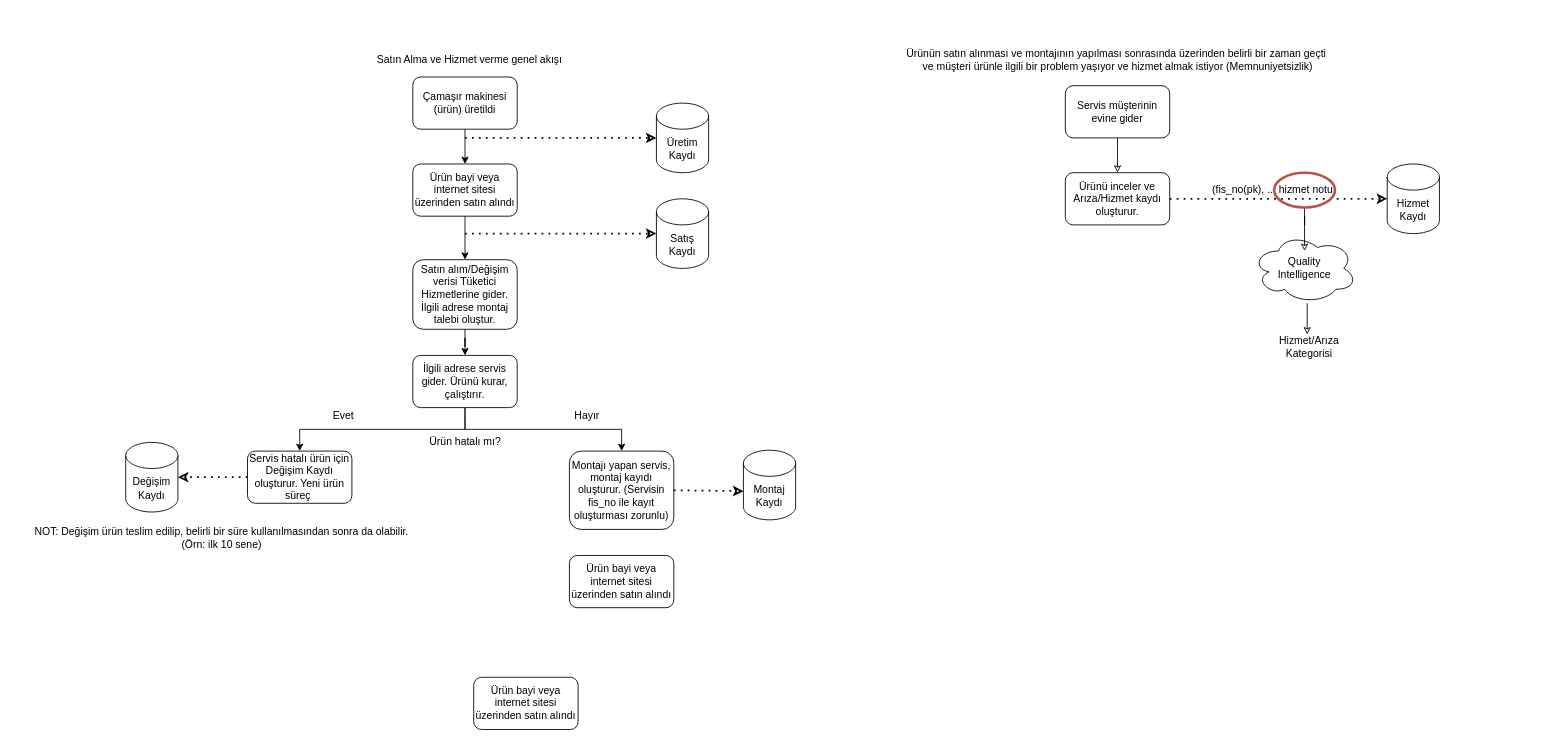
This is qualityAlert_BusinessImpactAnalysis.drawio from EgehanEralp/diagrams, a draw.io file, before an edit. Source tidied: cells renumbered, new cells numbered last; positions are measured from the earlier drawing's top-left corner, leaving out a move shared by most shapes. Both pictures are drawn from the tidied source at 87%, with x=0, y=0 at pixel (25, 46).
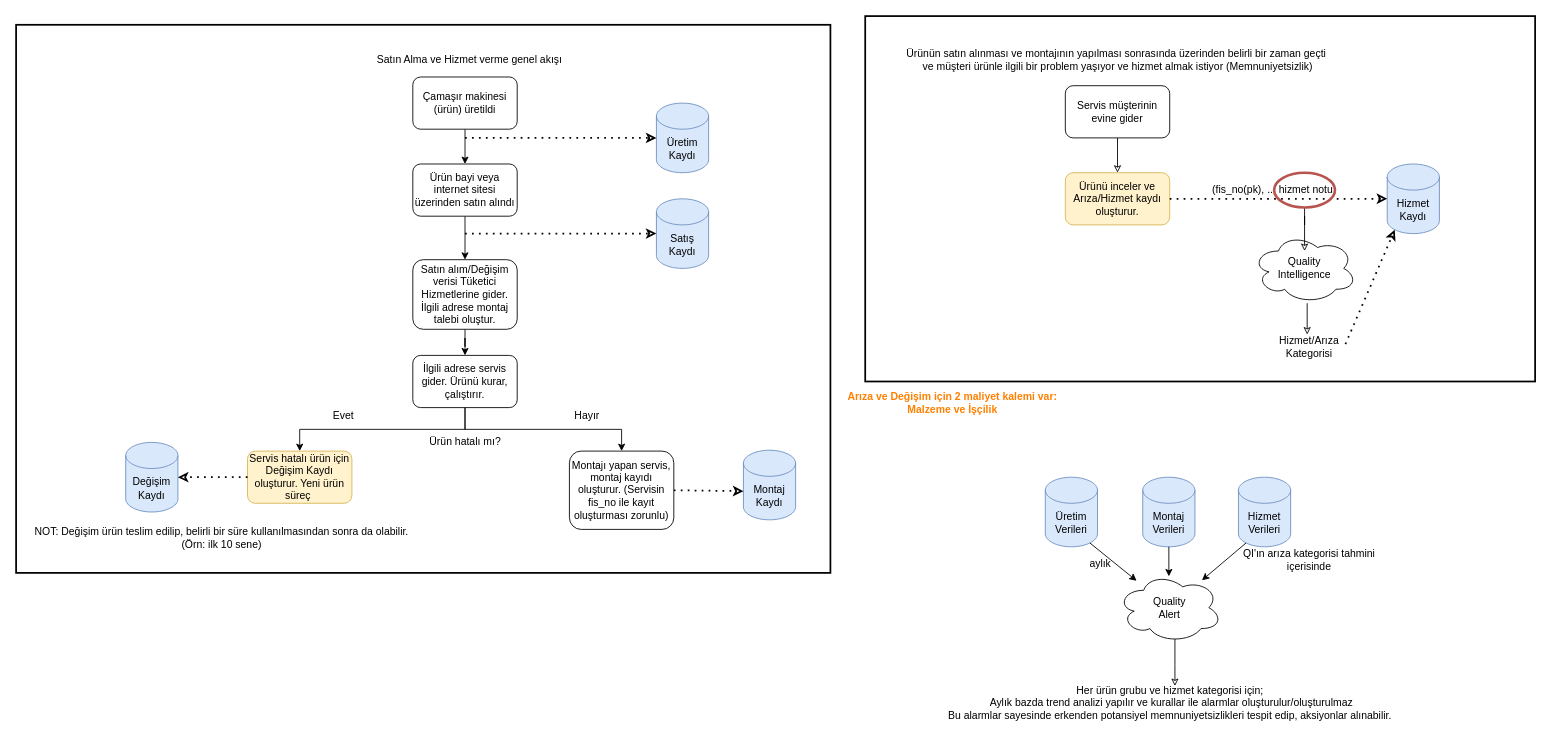
After the change.

Unchanged cells that the change refers to:
```xml
<mxCell id="38" value="Hizmet/Arıza&lt;br&gt;Kategorisi" style="text;html=1;align=center;verticalAlign=middle;points=[];strokeColor=none;fillColor=none;" parent="1" vertex="1">
  <mxGeometry x="1435" y="330" width="80" height="30" as="geometry" />
</mxCell>
```

Change to the diagram source:
```diff
@@
+    <mxCell id="40" style="rounded=0;whiteSpace=wrap;html=1;fontColor=#FF8000;strokeWidth=2;fillColor=none;gradientColor=none;" parent="1" vertex="1">
+      <mxGeometry x="-11" y="-25" width="936" height="630" as="geometry" />
+    </mxCell>
+    <mxCell id="41" style="rounded=0;whiteSpace=wrap;html=1;fontColor=#FF8000;strokeWidth=2;fillColor=none;gradientColor=none;" parent="1" vertex="1">
+      <mxGeometry x="965" y="-35" width="770" height="420" as="geometry" />
+    </mxCell>
@@
-    <mxCell id="11" value="Servis hatalı ürün için Değişim Kaydı oluşturur. Yeni ürün süreç&amp;nbsp;" style="rounded=1;whiteSpace=wrap;html=1;" parent="1" vertex="1">
+    <mxCell id="11" value="Servis hatalı ürün için Değişim Kaydı oluşturur. Yeni ürün süreç&amp;nbsp;" style="rounded=1;whiteSpace=wrap;html=1;fillColor=#fff2cc;strokeColor=#d6b656;" parent="1" vertex="1">
       <mxGeometry x="255" y="465" width="120" height="60" as="geometry" />
     </mxCell>
-    <mxCell id="12" value="Ürün bayi veya internet sitesi üzerinden satın alındı" style="rounded=1;whiteSpace=wrap;html=1;" parent="1" vertex="1">
-      <mxGeometry x="515" y="725" width="120" height="60" as="geometry" />
-    </mxCell>
-    <mxCell id="13" value="Satış Kaydı" style="shape=cylinder3;whiteSpace=wrap;html=1;boundedLbl=1;backgroundOutline=1;size=15;fillColor=default;gradientColor=none;" parent="1" vertex="1">
+    <mxCell id="13" value="Satış Kaydı" style="shape=cylinder3;whiteSpace=wrap;html=1;boundedLbl=1;backgroundOutline=1;size=15;fillColor=#dae8fc;strokeColor=#6c8ebf;" parent="1" vertex="1">
       <mxGeometry x="725" y="175" width="60" height="80" as="geometry" />
     </mxCell>
@@
-    <mxCell id="15" value="Üretim Kaydı" style="shape=cylinder3;whiteSpace=wrap;html=1;boundedLbl=1;backgroundOutline=1;size=15;fillColor=default;gradientColor=none;" parent="1" vertex="1">
+    <mxCell id="15" value="Üretim Kaydı" style="shape=cylinder3;whiteSpace=wrap;html=1;boundedLbl=1;backgroundOutline=1;size=15;fillColor=#dae8fc;strokeColor=#6c8ebf;" parent="1" vertex="1">
       <mxGeometry x="725" y="65" width="60" height="80" as="geometry" />
     </mxCell>
@@
-    <mxCell id="18" value="Ürün bayi veya internet sitesi üzerinden satın alındı" style="rounded=1;whiteSpace=wrap;html=1;" parent="1" vertex="1">
-      <mxGeometry x="625" y="585" width="120" height="60" as="geometry" />
-    </mxCell>
@@
-    <mxCell id="23" value="Montaj Kaydı" style="shape=cylinder3;whiteSpace=wrap;html=1;boundedLbl=1;backgroundOutline=1;size=15;fillColor=default;gradientColor=none;" parent="1" vertex="1">
+    <mxCell id="23" value="Montaj Kaydı" style="shape=cylinder3;whiteSpace=wrap;html=1;boundedLbl=1;backgroundOutline=1;size=15;fillColor=#dae8fc;strokeColor=#6c8ebf;" parent="1" vertex="1">
       <mxGeometry x="825" y="464" width="60" height="80" as="geometry" />
     </mxCell>
@@
-    <mxCell id="25" value="Değişim Kaydı" style="shape=cylinder3;whiteSpace=wrap;html=1;boundedLbl=1;backgroundOutline=1;size=15;fillColor=default;gradientColor=none;" parent="1" vertex="1">
+    <mxCell id="25" value="Değişim Kaydı" style="shape=cylinder3;whiteSpace=wrap;html=1;boundedLbl=1;backgroundOutline=1;size=15;fillColor=#dae8fc;strokeColor=#6c8ebf;" parent="1" vertex="1">
       <mxGeometry x="115" y="455" width="60" height="80" as="geometry" />
     </mxCell>
@@
-    <mxCell id="31" value="Ürünü inceler ve Arıza/Hizmet kaydı oluşturur." style="rounded=1;whiteSpace=wrap;html=1;" parent="1" vertex="1">
+    <mxCell id="31" value="Ürünü inceler ve Arıza/Hizmet kaydı oluşturur." style="rounded=1;whiteSpace=wrap;html=1;fillColor=#fff2cc;strokeColor=#d6b656;" parent="1" vertex="1">
       <mxGeometry x="1195" y="145" width="120" height="60" as="geometry" />
     </mxCell>
-    <mxCell id="32" value="Hizmet Kaydı" style="shape=cylinder3;whiteSpace=wrap;html=1;boundedLbl=1;backgroundOutline=1;size=15;fillColor=default;gradientColor=none;" parent="1" vertex="1">
+    <mxCell id="32" value="Hizmet Kaydı" style="shape=cylinder3;whiteSpace=wrap;html=1;boundedLbl=1;backgroundOutline=1;size=15;fillColor=#dae8fc;strokeColor=#6c8ebf;" parent="1" vertex="1">
       <mxGeometry x="1565" y="135" width="60" height="80" as="geometry" />
     </mxCell>
@@
+    <mxCell id="42" style="endArrow=classic;dashed=1;html=1;dashPattern=1 3;strokeWidth=2;rounded=0;endFill=0;entryX=0.145;entryY=1;entryDx=0;entryDy=-4.35;entryPerimeter=0;exitX=1.025;exitY=0.4;exitDx=0;exitDy=0;exitPerimeter=0;" parent="1" edge="1" source="38" target="32">
+      <mxGeometry relative="1" as="geometry" />
+    </mxCell>
+    <mxCell id="43" value="&lt;font color=&quot;#ff8000&quot;&gt;&lt;b&gt;Arıza ve Değişim için 2 maliyet kalemi var:&lt;br&gt;Malzeme ve İşçilik&lt;/b&gt;&lt;/font&gt;" style="text;html=1;align=center;verticalAlign=middle;strokeColor=none;fillColor=none;" parent="1" vertex="1">
+      <mxGeometry x="935" y="395" width="260" height="30" as="geometry" />
+    </mxCell>
+    <mxCell id="44" value="Üretim Verileri" style="shape=cylinder3;whiteSpace=wrap;html=1;boundedLbl=1;backgroundOutline=1;size=15;fillColor=#dae8fc;strokeColor=#6c8ebf;" parent="1" vertex="1">
+      <mxGeometry x="1172" y="495" width="60" height="80" as="geometry" />
+    </mxCell>
+    <mxCell id="45" value="Montaj Verileri" style="shape=cylinder3;whiteSpace=wrap;html=1;boundedLbl=1;backgroundOutline=1;size=15;fillColor=#dae8fc;strokeColor=#6c8ebf;" parent="1" vertex="1">
+      <mxGeometry x="1284" y="495" width="60" height="80" as="geometry" />
+    </mxCell>
+    <mxCell id="46" value="Hizmet Verileri" style="shape=cylinder3;whiteSpace=wrap;html=1;boundedLbl=1;backgroundOutline=1;size=15;fillColor=#dae8fc;strokeColor=#6c8ebf;" parent="1" vertex="1">
+      <mxGeometry x="1394" y="495" width="60" height="80" as="geometry" />
+    </mxCell>
+    <mxCell id="47" style="edgeStyle=orthogonalEdgeStyle;rounded=0;jettySize=auto;html=1;exitX=0.55;exitY=0.95;exitDx=0;exitDy=0;exitPerimeter=0;fontColor=#000000;endArrow=classic;endFill=0;" parent="1" edge="1" source="48">
+      <mxGeometry relative="1" as="geometry">
+        <mxPoint x="1321" y="735" as="targetPoint" />
+      </mxGeometry>
+    </mxCell>
+    <mxCell id="48" value="Quality &lt;br&gt;Alert" style="ellipse;shape=cloud;whiteSpace=wrap;html=1;fillColor=default;gradientColor=none;" parent="1" vertex="1">
+      <mxGeometry x="1255" y="605" width="120" height="80" as="geometry" />
+    </mxCell>
+    <mxCell id="49" style="endArrow=classic;html=1;rounded=0;fontColor=#FF8000;exitX=0.855;exitY=1;exitDx=0;exitDy=-4.35;exitPerimeter=0;" parent="1" edge="1" source="44" target="48">
+      <mxGeometry relative="1" as="geometry" />
+    </mxCell>
+    <mxCell id="50" style="endArrow=classic;html=1;rounded=0;fontColor=#FF8000;exitX=0.5;exitY=1;exitDx=0;exitDy=0;exitPerimeter=0;entryX=0.492;entryY=0.05;entryDx=0;entryDy=0;entryPerimeter=0;" parent="1" edge="1" source="45" target="48">
+      <mxGeometry relative="1" as="geometry" />
+    </mxCell>
+    <mxCell id="51" style="endArrow=classic;html=1;rounded=0;fontColor=#FF8000;exitX=0.145;exitY=1;exitDx=0;exitDy=-4.35;exitPerimeter=0;" parent="1" edge="1" source="46" target="48">
+      <mxGeometry relative="1" as="geometry" />
+    </mxCell>
+    <mxCell id="52" value="&lt;font color=&quot;#000000&quot;&gt;aylık&lt;/font&gt;" style="text;html=1;align=center;verticalAlign=middle;strokeColor=none;fillColor=none;fontColor=#FF8000;" parent="1" vertex="1">
+      <mxGeometry x="1215" y="585" width="40" height="20" as="geometry" />
+    </mxCell>
+    <mxCell id="53" value="QI'ın arıza kategorisi tahmini&lt;br&gt;içerisinde" style="text;html=1;align=center;verticalAlign=middle;strokeColor=none;fillColor=none;fontColor=#000000;" parent="1" vertex="1">
+      <mxGeometry x="1390" y="575" width="170" height="30" as="geometry" />
+    </mxCell>
+    <mxCell id="54" value="Her ürün grubu ve hizmet kategorisi için;&lt;br&gt;&amp;nbsp;Aylık bazda trend analizi yapılır ve kurallar ile alarmlar oluşturulur/oluşturulmaz&lt;br&gt;Bu alarmlar sayesinde erkenden potansiyel memnuniyetsizlikleri tespit edip, aksiyonlar alınabilir." style="text;html=1;align=center;verticalAlign=middle;strokeColor=none;fillColor=none;fontColor=#000000;" parent="1" vertex="1">
+      <mxGeometry x="1050" y="730" width="530" height="50" as="geometry" />
+    </mxCell>
```
